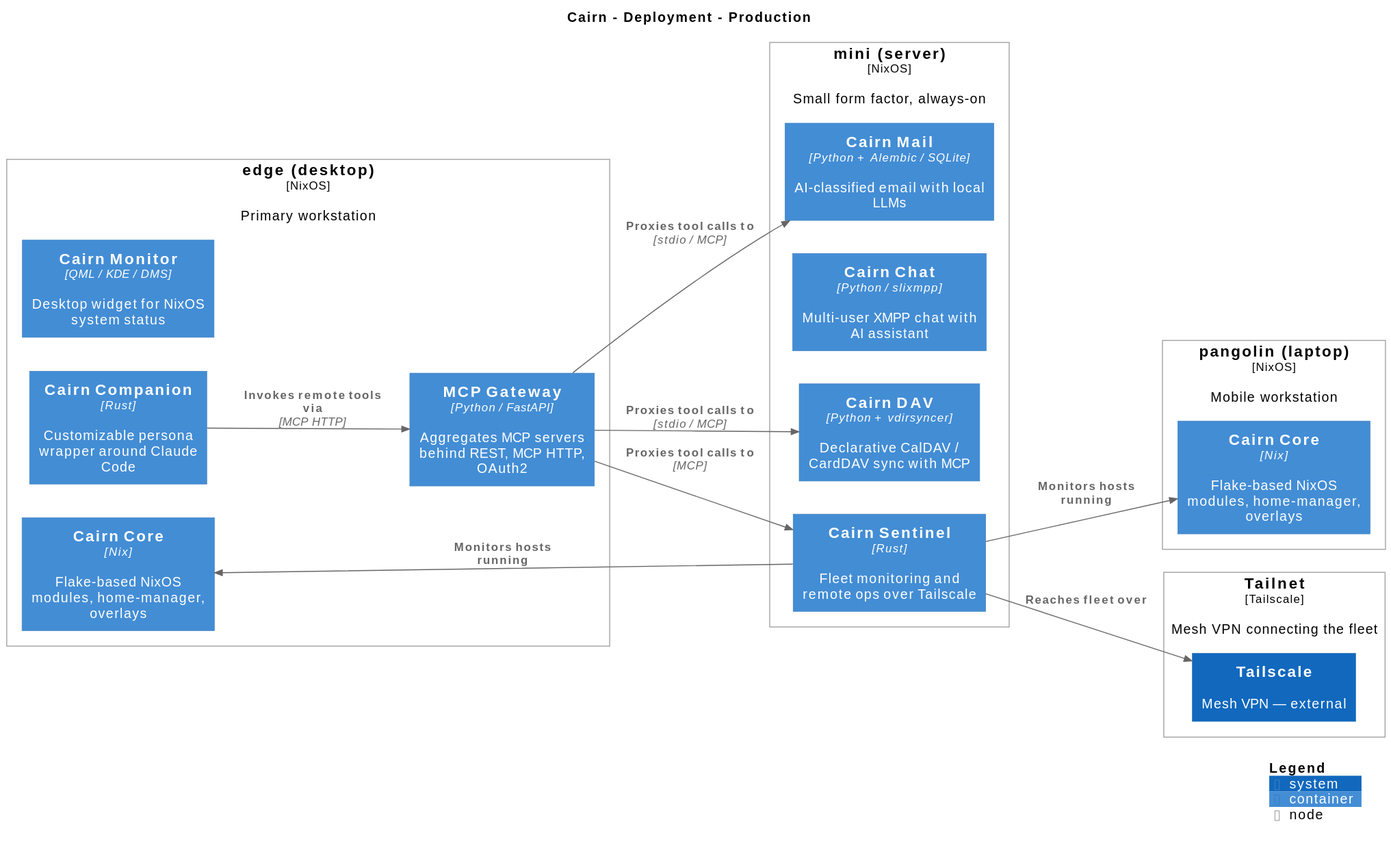
Above: docs/diagrams/cairn-deployment.svg in kcalvelli/kcalvelli-portal (PlantUML), before the change.
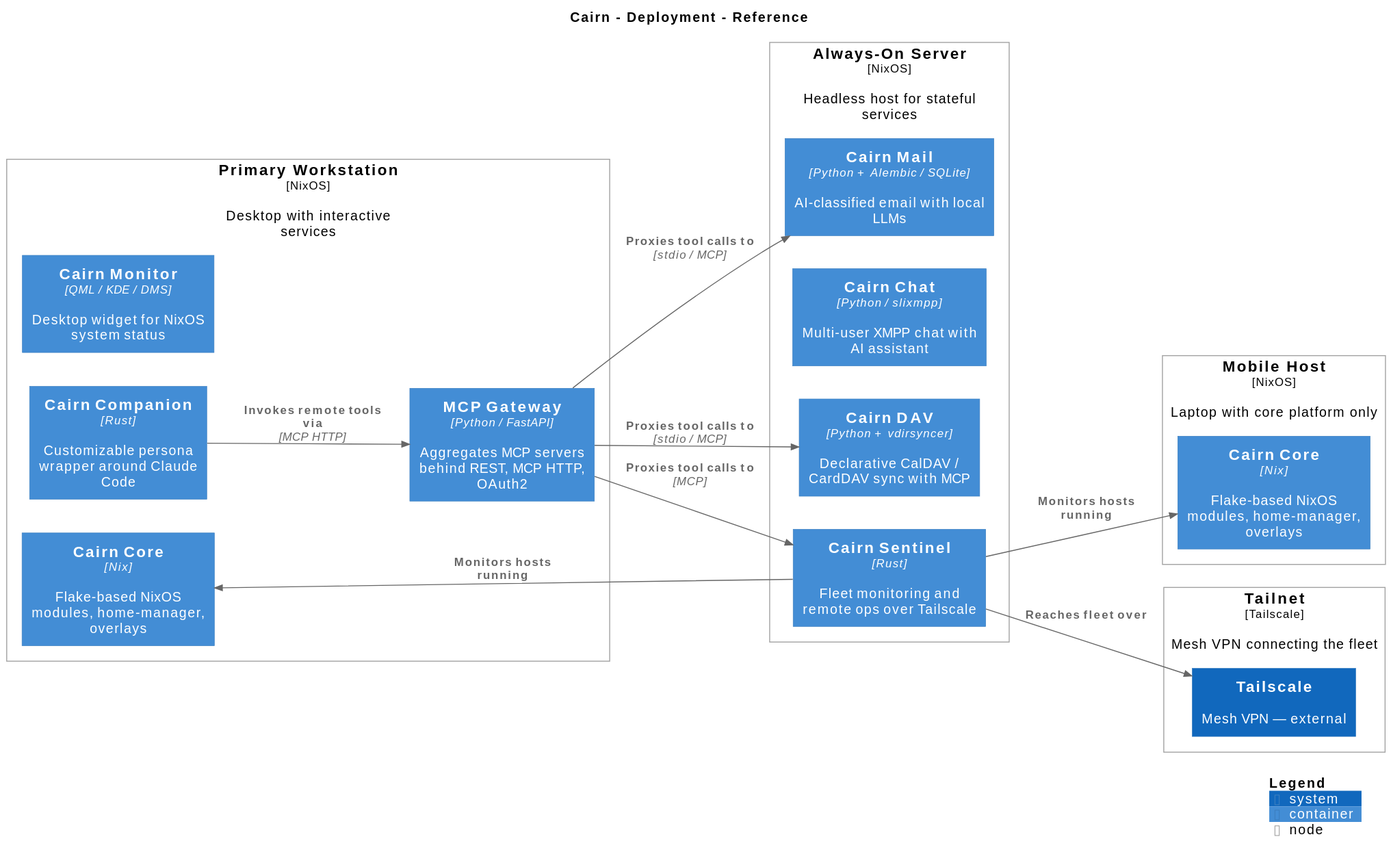
Later version of the same file.

The edit, as a diff of the source:
```diff
@@ -1,6 +1,6 @@
 @startuml
 set separator none
-title Cairn - Deployment - Production
+title Cairn - Deployment - Reference
 
 left to right direction
 
@@ -9,35 +9,35 @@
 !include <C4/C4_Container>
 !include <C4/C4_Deployment>
 
-Deployment_Node(Production.edgedesktop, "edge (desktop)", $type="NixOS", $descr="Primary workstation", $tags="", $link="") {
-  Container(Production.edgedesktop.CairnCore_1, "Cairn Core", $techn="Nix", $descr="Flake-based NixOS modules, home-manager, overlays", $tags="", $link="")
-  Container(Production.edgedesktop.CairnCompanion_1, "Cairn Companion", $techn="Rust", $descr="Customizable persona wrapper around Claude Code", $tags="", $link="")
-  Container(Production.edgedesktop.MCPGateway_1, "MCP Gateway", $techn="Python / FastAPI", $descr="Aggregates MCP servers behind REST, MCP HTTP, OAuth2", $tags="", $link="")
-  Container(Production.edgedesktop.CairnMonitor_1, "Cairn Monitor", $techn="QML / KDE / DMS", $descr="Desktop widget for NixOS system status", $tags="", $link="")
+Deployment_Node(Reference.PrimaryWorkstation, "Primary Workstation", $type="NixOS", $descr="Desktop with interactive services", $tags="", $link="") {
+  Container(Reference.PrimaryWorkstation.CairnCore_1, "Cairn Core", $techn="Nix", $descr="Flake-based NixOS modules, home-manager, overlays", $tags="", $link="")
+  Container(Reference.PrimaryWorkstation.CairnCompanion_1, "Cairn Companion", $techn="Rust", $descr="Customizable persona wrapper around Claude Code", $tags="", $link="")
+  Container(Reference.PrimaryWorkstation.MCPGateway_1, "MCP Gateway", $techn="Python / FastAPI", $descr="Aggregates MCP servers behind REST, MCP HTTP, OAuth2", $tags="", $link="")
+  Container(Reference.PrimaryWorkstation.CairnMonitor_1, "Cairn Monitor", $techn="QML / KDE / DMS", $descr="Desktop widget for NixOS system status", $tags="", $link="")
 }
 
-Deployment_Node(Production.miniserver, "mini (server)", $type="NixOS", $descr="Small form factor, always-on", $tags="", $link="") {
-  Container(Production.miniserver.CairnMail_1, "Cairn Mail", $techn="Python + Alembic / SQLite", $descr="AI-classified email with local LLMs", $tags="", $link="")
-  Container(Production.miniserver.CairnDAV_1, "Cairn DAV", $techn="Python + vdirsyncer", $descr="Declarative CalDAV / CardDAV sync with MCP", $tags="", $link="")
-  Container(Production.miniserver.CairnChat_1, "Cairn Chat", $techn="Python / slixmpp", $descr="Multi-user XMPP chat with AI assistant", $tags="", $link="")
-  Container(Production.miniserver.CairnSentinel_1, "Cairn Sentinel", $techn="Rust", $descr="Fleet monitoring and remote ops over Tailscale", $tags="", $link="")
+Deployment_Node(Reference.AlwaysOnServer, "Always-On Server", $type="NixOS", $descr="Headless host for stateful services", $tags="", $link="") {
+  Container(Reference.AlwaysOnServer.CairnMail_1, "Cairn Mail", $techn="Python + Alembic / SQLite", $descr="AI-classified email with local LLMs", $tags="", $link="")
+  Container(Reference.AlwaysOnServer.CairnDAV_1, "Cairn DAV", $techn="Python + vdirsyncer", $descr="Declarative CalDAV / CardDAV sync with MCP", $tags="", $link="")
+  Container(Reference.AlwaysOnServer.CairnChat_1, "Cairn Chat", $techn="Python / slixmpp", $descr="Multi-user XMPP chat with AI assistant", $tags="", $link="")
+  Container(Reference.AlwaysOnServer.CairnSentinel_1, "Cairn Sentinel", $techn="Rust", $descr="Fleet monitoring and remote ops over Tailscale", $tags="", $link="")
 }
 
-Deployment_Node(Production.pangolinlaptop, "pangolin (laptop)", $type="NixOS", $descr="Mobile workstation", $tags="", $link="") {
-  Container(Production.pangolinlaptop.CairnCore_1, "Cairn Core", $techn="Nix", $descr="Flake-based NixOS modules, home-manager, overlays", $tags="", $link="")
+Deployment_Node(Reference.MobileHost, "Mobile Host", $type="NixOS", $descr="Laptop with core platform only", $tags="", $link="") {
+  Container(Reference.MobileHost.CairnCore_1, "Cairn Core", $techn="Nix", $descr="Flake-based NixOS modules, home-manager, overlays", $tags="", $link="")
 }
 
-Deployment_Node(Production.Tailnet, "Tailnet", $type="Tailscale", $descr="Mesh VPN connecting the fleet", $tags="", $link="") {
-  System(Production.Tailnet.Tailscale_1, "Tailscale", $descr="Mesh VPN — external", $tags="", $link="")
+Deployment_Node(Reference.Tailnet, "Tailnet", $type="Tailscale", $descr="Mesh VPN connecting the fleet", $tags="", $link="") {
+  System(Reference.Tailnet.Tailscale_1, "Tailscale", $descr="Mesh VPN — external", $tags="", $link="")
 }
 
-Rel(Production.edgedesktop.CairnCompanion_1, Production.edgedesktop.MCPGateway_1, "Invokes remote tools via", $techn="MCP HTTP", $tags="", $link="")
-Rel(Production.edgedesktop.MCPGateway_1, Production.miniserver.CairnMail_1, "Proxies tool calls to", $techn="stdio / MCP", $tags="", $link="")
-Rel(Production.edgedesktop.MCPGateway_1, Production.miniserver.CairnDAV_1, "Proxies tool calls to", $techn="stdio / MCP", $tags="", $link="")
-Rel(Production.miniserver.CairnSentinel_1, Production.edgedesktop.CairnCore_1, "Monitors hosts running", $techn="", $tags="", $link="")
-Rel(Production.edgedesktop.MCPGateway_1, Production.miniserver.CairnSentinel_1, "Proxies tool calls to", $techn="MCP", $tags="", $link="")
-Rel(Production.miniserver.CairnSentinel_1, Production.pangolinlaptop.CairnCore_1, "Monitors hosts running", $techn="", $tags="", $link="")
-Rel(Production.miniserver.CairnSentinel_1, Production.Tailnet.Tailscale_1, "Reaches fleet over", $techn="", $tags="", $link="")
+Rel(Reference.PrimaryWorkstation.CairnCompanion_1, Reference.PrimaryWorkstation.MCPGateway_1, "Invokes remote tools via", $techn="MCP HTTP", $tags="", $link="")
+Rel(Reference.PrimaryWorkstation.MCPGateway_1, Reference.AlwaysOnServer.CairnMail_1, "Proxies tool calls to", $techn="stdio / MCP", $tags="", $link="")
+Rel(Reference.PrimaryWorkstation.MCPGateway_1, Reference.AlwaysOnServer.CairnDAV_1, "Proxies tool calls to", $techn="stdio / MCP", $tags="", $link="")
+Rel(Reference.AlwaysOnServer.CairnSentinel_1, Reference.PrimaryWorkstation.CairnCore_1, "Monitors hosts running", $techn="", $tags="", $link="")
+Rel(Reference.PrimaryWorkstation.MCPGateway_1, Reference.AlwaysOnServer.CairnSentinel_1, "Proxies tool calls to", $techn="MCP", $tags="", $link="")
+Rel(Reference.AlwaysOnServer.CairnSentinel_1, Reference.MobileHost.CairnCore_1, "Monitors hosts running", $techn="", $tags="", $link="")
+Rel(Reference.AlwaysOnServer.CairnSentinel_1, Reference.Tailnet.Tailscale_1, "Reaches fleet over", $techn="", $tags="", $link="")
 
 SHOW_LEGEND(true)
 @enduml
```
